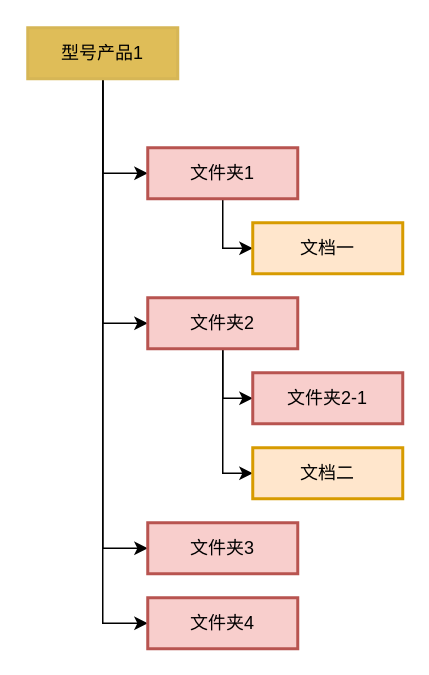
Earlier version of the draw.io diagram 文件夹导航结构.drawio (ColinCongDu/chart). Source tidied: cells renumbered, new cells numbered last; positions are measured from the earlier drawing's top-left corner, leaving out a move shared by most shapes. Both pictures are drawn from the tidied source at 150%, with x=0, y=0 at pixel (27, 27).
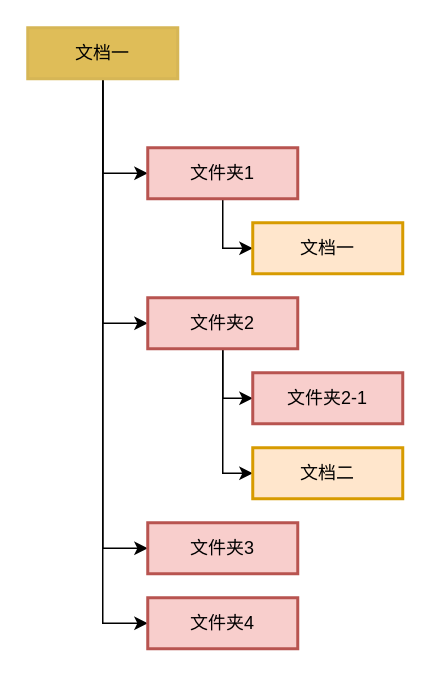
The same diagram, later.

Commit message (it also covers changes not shown here):
更新文件夹导航结构.drawio

What changed in the source:
```diff
@@
 <mxGraphModel>
   <root>
     <mxCell id="0" />
     <mxCell id="1" parent="0" />
     <mxCell id="2" style="edgeStyle=orthogonalEdgeStyle;rounded=0;jettySize=auto;html=1;entryX=0;entryY=0.5;entryDx=0;entryDy=0;" parent="1" edge="1" source="6" target="12">
       <mxGeometry relative="1" as="geometry" />
     </mxCell>
     <mxCell id="3" style="edgeStyle=orthogonalEdgeStyle;rounded=0;jettySize=auto;html=1;entryX=0;entryY=0.5;entryDx=0;entryDy=0;" parent="1" edge="1" source="6" target="11">
       <mxGeometry relative="1" as="geometry" />
     </mxCell>
     <mxCell id="4" style="edgeStyle=orthogonalEdgeStyle;rounded=0;jettySize=auto;html=1;entryX=0;entryY=0.5;entryDx=0;entryDy=0;" parent="1" edge="1" source="6" target="8">
       <mxGeometry relative="1" as="geometry" />
     </mxCell>
     <mxCell id="5" style="edgeStyle=orthogonalEdgeStyle;rounded=0;jettySize=auto;html=1;entryX=0;entryY=0.5;entryDx=0;entryDy=0;" parent="1" edge="1" source="6" target="13">
       <mxGeometry relative="1" as="geometry" />
     </mxCell>
-    <mxCell id="6" value="型号产品1" style="whiteSpace=wrap;strokeWidth=2;fillColor=light-dark(#dfbd58, #281d00);strokeColor=#d6b656;" parent="1" vertex="1">
+    <mxCell id="6" value="文档一" style="whiteSpace=wrap;strokeWidth=2;fillColor=light-dark(#dfbd58, #281d00);strokeColor=#d6b656;" parent="1" vertex="1">
       <mxGeometry width="100" height="34" as="geometry" />
     </mxCell>
     <mxCell id="7" style="edgeStyle=orthogonalEdgeStyle;rounded=0;jettySize=auto;html=1;entryX=0;entryY=0.5;entryDx=0;entryDy=0;" parent="1" edge="1" source="8" target="14">
       <mxGeometry relative="1" as="geometry" />
     </mxCell>
     <mxCell id="8" value="文件夹1" style="whiteSpace=wrap;strokeWidth=2;fillColor=#f8cecc;strokeColor=#b85450;" parent="1" vertex="1">
       <mxGeometry x="80" y="80" width="100" height="34" as="geometry" />
     </mxCell>
     <mxCell id="9" style="edgeStyle=orthogonalEdgeStyle;rounded=0;jettySize=auto;html=1;entryX=0;entryY=0.5;entryDx=0;entryDy=0;" parent="1" edge="1" source="11" target="16">
       <mxGeometry relative="1" as="geometry" />
     </mxCell>
     <mxCell id="10" style="edgeStyle=orthogonalEdgeStyle;rounded=0;jettySize=auto;html=1;entryX=0;entryY=0.5;entryDx=0;entryDy=0;" parent="1" edge="1" source="11" target="15">
       <mxGeometry relative="1" as="geometry" />
     </mxCell>
     <mxCell id="11" value="文件夹2" style="whiteSpace=wrap;strokeWidth=2;fillColor=#f8cecc;strokeColor=#b85450;" parent="1" vertex="1">
       <mxGeometry x="80" y="180" width="100" height="34" as="geometry" />
     </mxCell>
     <mxCell id="12" value="文件夹3" style="whiteSpace=wrap;strokeWidth=2;fillColor=#f8cecc;strokeColor=#b85450;" parent="1" vertex="1">
       <mxGeometry x="80" y="330" width="100" height="34" as="geometry" />
     </mxCell>
     <mxCell id="13" value="文件夹4" style="whiteSpace=wrap;strokeWidth=2;fillColor=#f8cecc;strokeColor=#b85450;" parent="1" vertex="1">
       <mxGeometry x="80" y="380" width="100" height="34" as="geometry" />
     </mxCell>
     <mxCell id="14" value="文档一" style="whiteSpace=wrap;strokeWidth=2;fillColor=#ffe6cc;strokeColor=#d79b00;" parent="1" vertex="1">
       <mxGeometry x="150" y="130" width="100" height="34" as="geometry" />
     </mxCell>
     <mxCell id="15" value="文件夹2-1" style="whiteSpace=wrap;strokeWidth=2;fillColor=#f8cecc;strokeColor=#b85450;" parent="1" vertex="1">
       <mxGeometry x="150" y="230" width="100" height="34" as="geometry" />
     </mxCell>
     <mxCell id="16" value="文档二" style="whiteSpace=wrap;strokeWidth=2;fillColor=#ffe6cc;strokeColor=#d79b00;" parent="1" vertex="1">
       <mxGeometry x="150" y="280" width="100" height="34" as="geometry" />
     </mxCell>
   </root>
 </mxGraphModel>
```
